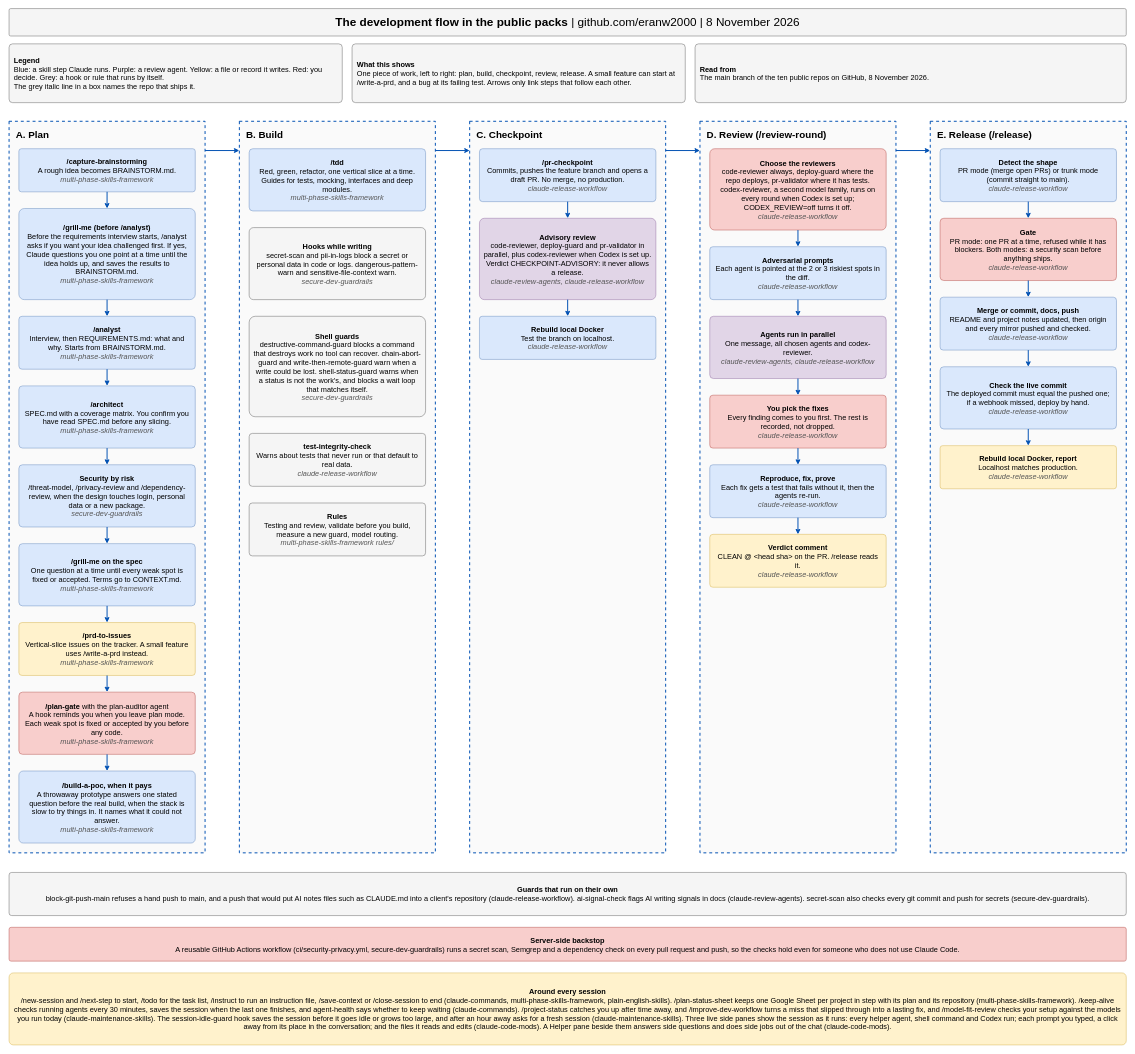
Above: docs/development-flow.drawio in eranw2000/eranw2000 (draw.io), before the change. Source tidied: cells renumbered, new cells numbered last; positions are measured from the earlier drawing's top-left corner, leaving out a move shared by most shapes. Both pictures are drawn from the tidied source at 49%, with x=0, y=0 at pixel (9, 8).
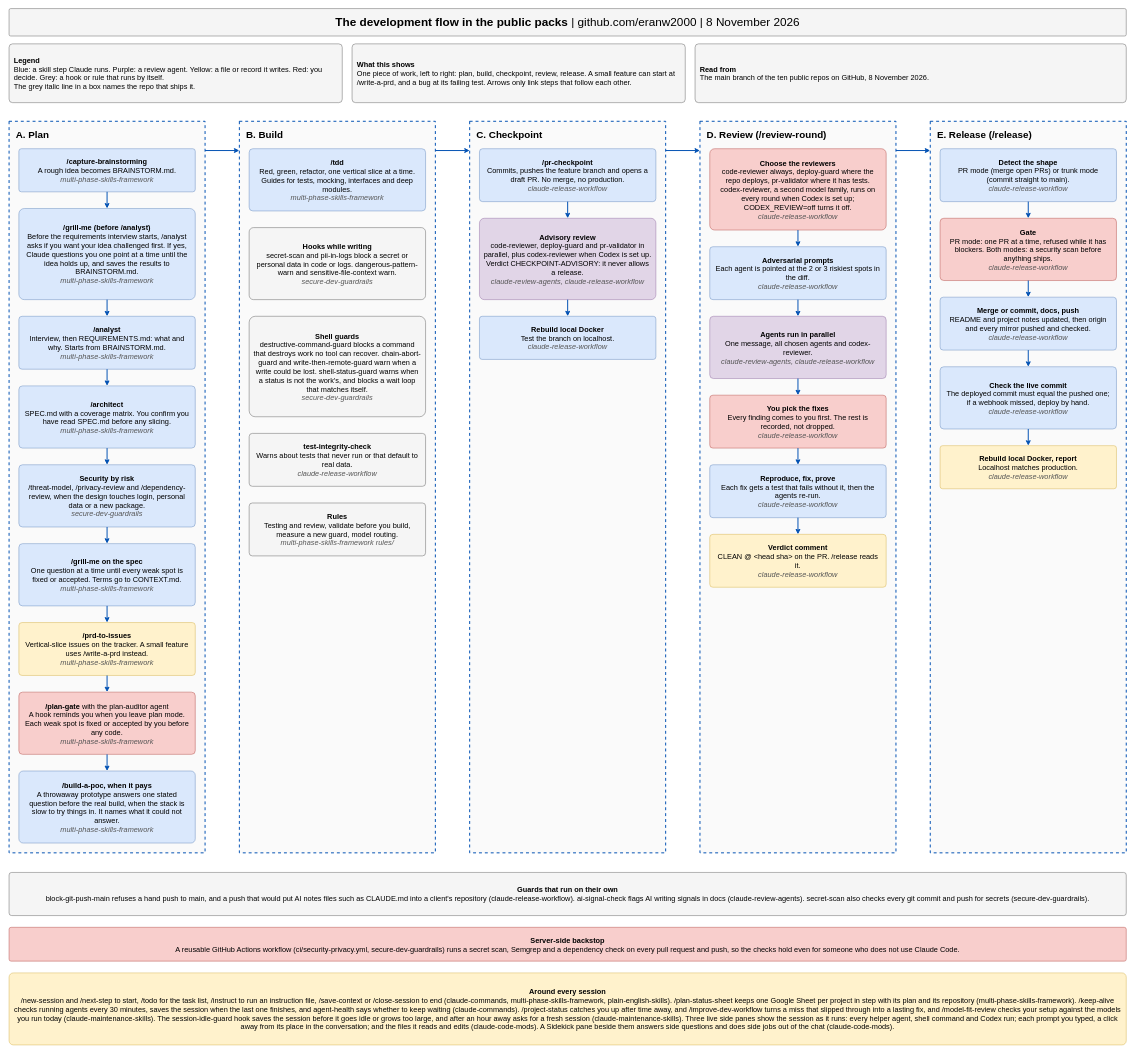
Above is the later version.

Commit message (it also covers changes not shown here):
Profile: the flow diagram names the Sidekick pane

Diff of the diagram source:
```diff
@@
-    <mxCell id="64" value="&lt;b&gt;Around every session&lt;/b&gt;&lt;br&gt;/new-session and /next-step to start, /todo for the task list, /instruct to run an instruction file, /save-context or /close-session to end (claude-commands, multi-phase-skills-framework, plain-english-skills). /plan-status-sheet keeps one Google Sheet per project in step with its plan and its repository (multi-phase-skills-framework). /keep-alive checks running agents every 30 minutes, saves the session when the last one finishes, and agent-health says whether to keep waiting (claude-commands). /project-status catches you up after time away, and /improve-dev-workflow turns a miss that slipped through into a lasting fix, and /model-fit-review checks your setup against the models you run today (claude-maintenance-skills). The session-idle-guard hook saves the session before it goes idle or grows too large, and after an hour away asks for a fresh session (claude-maintenance-skills). Three live side panes show the session as it runs: every helper agent, shell command and Codex run; each prompt you typed, a click away from its place in the conversation; and the files it reads and edits (claude-code-mods). A Helper pane beside them answers side questions and does side jobs out of the chat (claude-code-mods)." style="rounded=1;arcSize=6;whiteSpace=wrap;html=1;fillColor=#fff2cc;strokeColor=#d6b656;fontSize=15;fontFamily=Helvetica;spacing=10;align=center;verticalAlign=middle;" parent="1" vertex="1">
+    <mxCell id="64" value="&lt;b&gt;Around every session&lt;/b&gt;&lt;br&gt;/new-session and /next-step to start, /todo for the task list, /instruct to run an instruction file, /save-context or /close-session to end (claude-commands, multi-phase-skills-framework, plain-english-skills). /plan-status-sheet keeps one Google Sheet per project in step with its plan and its repository (multi-phase-skills-framework). /keep-alive checks running agents every 30 minutes, saves the session when the last one finishes, and agent-health says whether to keep waiting (claude-commands). /project-status catches you up after time away, and /improve-dev-workflow turns a miss that slipped through into a lasting fix, and /model-fit-review checks your setup against the models you run today (claude-maintenance-skills). The session-idle-guard hook saves the session before it goes idle or grows too large, and after an hour away asks for a fresh session (claude-maintenance-skills). Three live side panes show the session as it runs: every helper agent, shell command and Codex run; each prompt you typed, a click away from its place in the conversation; and the files it reads and edits (claude-code-mods). A Sidekick pane beside them answers side questions and does side jobs out of the chat (claude-code-mods)." style="rounded=1;arcSize=6;whiteSpace=wrap;html=1;fillColor=#fff2cc;strokeColor=#d6b656;fontSize=15;fontFamily=Helvetica;spacing=10;align=center;verticalAlign=middle;" parent="1" vertex="1">
       <mxGeometry y="1968" width="2280" height="147" as="geometry" />
     </mxCell>
```
